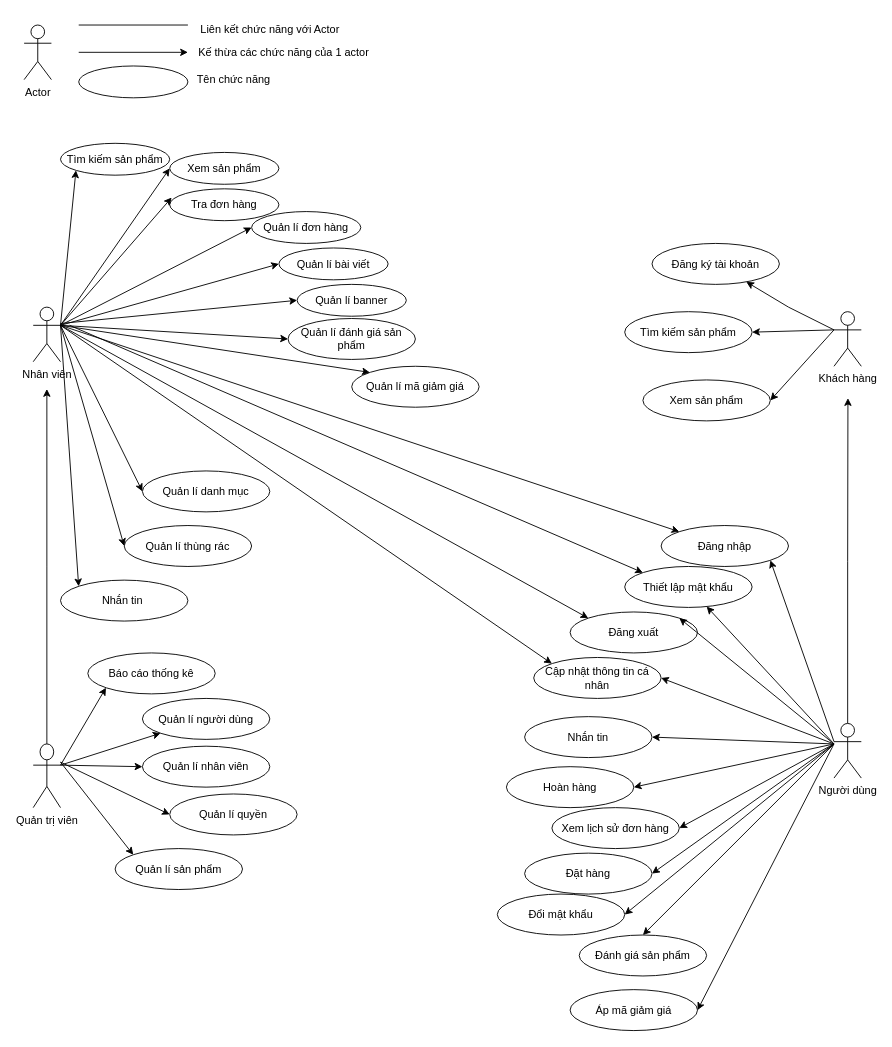
Before: page "usecase tổng" (1 of 4) of Biểu đồ không có tiêu đề.drawio in wuyanh24/ahihi, a draw.io diagram. Source tidied: cells renumbered, new cells numbered last; positions are measured from the earlier drawing's top-left corner, leaving out a move shared by most shapes. Both pictures are drawn from the tidied source at 91%, with x=0, y=0 at pixel (24, 15).
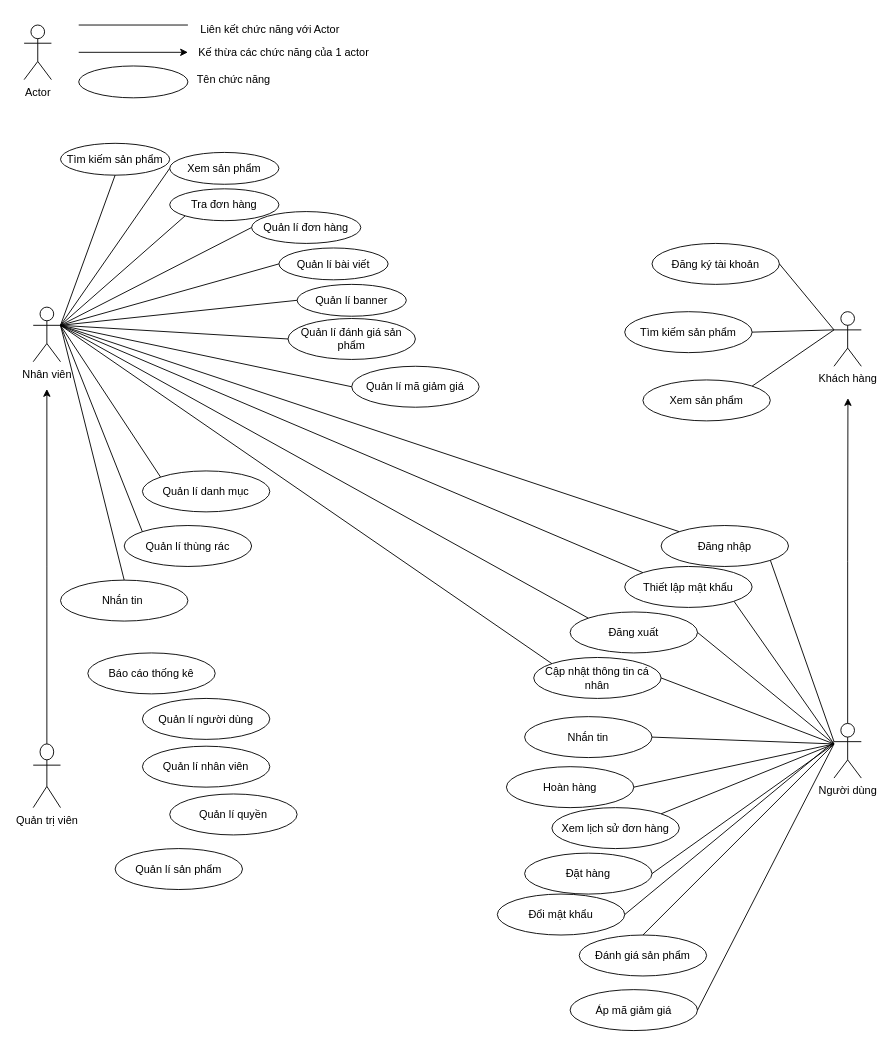
The same diagram, later.

Unchanged cells that the change refers to:
```xml
<mxCell id="4" value="Nhân viên" style="shape=umlActor;verticalLabelPosition=bottom;verticalAlign=top;html=1;outlineConnect=0;" parent="1" vertex="1">
<mxCell id="6" value="Quản trị viên" style="shape=umlActor;verticalLabelPosition=bottom;verticalAlign=top;html=1;outlineConnect=0;" parent="1" vertex="1">
<mxCell id="8" value="Người dùng" style="shape=umlActor;verticalLabelPosition=bottom;verticalAlign=top;html=1;outlineConnect=0;" parent="1" vertex="1">
<mxCell id="9" value="Khách hàng" style="shape=umlActor;verticalLabelPosition=bottom;verticalAlign=top;html=1;outlineConnect=0;" parent="1" vertex="1">
<mxCell id="15" value="Tìm kiếm sản phẩm" style="ellipse;whiteSpace=wrap;html=1;" parent="1" vertex="1">
<mxCell id="16" value="Xem sản phẩm" style="ellipse;whiteSpace=wrap;html=1;" parent="1" vertex="1">
<mxCell id="17" value="Quản lí đơn hàng" style="ellipse;whiteSpace=wrap;html=1;" parent="1" vertex="1">
<mxCell id="18" value="Tra đơn hàng" style="ellipse;whiteSpace=wrap;html=1;" parent="1" vertex="1">
<mxCell id="19" value="Quản lí bài viết" style="ellipse;whiteSpace=wrap;html=1;" parent="1" vertex="1">
<mxCell id="20" value="Quản lí banner" style="ellipse;whiteSpace=wrap;html=1;" parent="1" vertex="1">
<mxCell id="21" value="Quản lí đánh giá sản phẩm" style="ellipse;whiteSpace=wrap;html=1;" parent="1" vertex="1">
<mxCell id="22" value="Quản lí mã giảm giá" style="ellipse;whiteSpace=wrap;html=1;" parent="1" vertex="1">
<mxCell id="23" value="Nhắn tin&amp;nbsp;" style="ellipse;whiteSpace=wrap;html=1;" parent="1" vertex="1">
<mxCell id="24" value="Quản lí danh mục" style="ellipse;whiteSpace=wrap;html=1;" parent="1" vertex="1">
<mxCell id="25" value="Quản lí thùng rác" style="ellipse;whiteSpace=wrap;html=1;" parent="1" vertex="1">
<mxCell id="26" value="Báo cáo thống kê" style="ellipse;whiteSpace=wrap;html=1;" parent="1" vertex="1">
<mxCell id="27" value="Quản lí người dùng" style="ellipse;whiteSpace=wrap;html=1;" parent="1" vertex="1">
<mxCell id="28" value="Đăng ký tài khoản" style="ellipse;whiteSpace=wrap;html=1;" parent="1" vertex="1">
<mxCell id="29" value="Tìm kiếm sản phẩm" style="ellipse;whiteSpace=wrap;html=1;" parent="1" vertex="1">
<mxCell id="30" value="Quản lí nhân viên" style="ellipse;whiteSpace=wrap;html=1;" parent="1" vertex="1">
<mxCell id="31" value="Quản lí quyền" style="ellipse;whiteSpace=wrap;html=1;" parent="1" vertex="1">
<mxCell id="32" value="Quản lí sản phẩm" style="ellipse;whiteSpace=wrap;html=1;" parent="1" vertex="1">
<mxCell id="33" value="Xem sản phẩm" style="ellipse;whiteSpace=wrap;html=1;" parent="1" vertex="1">
<mxCell id="34" value="Thiết lập mật khẩu" style="ellipse;whiteSpace=wrap;html=1;" parent="1" vertex="1">
<mxCell id="35" value="Hoàn hàng" style="ellipse;whiteSpace=wrap;html=1;" parent="1" vertex="1">
<mxCell id="36" value="Đặt hàng" style="ellipse;whiteSpace=wrap;html=1;" parent="1" vertex="1">
<mxCell id="37" value="Đổi mật khẩu" style="ellipse;whiteSpace=wrap;html=1;" parent="1" vertex="1">
<mxCell id="38" value="Cập nhật thông tin cá nhân" style="ellipse;whiteSpace=wrap;html=1;" parent="1" vertex="1">
<mxCell id="39" value="Nhắn tin" style="ellipse;whiteSpace=wrap;html=1;" parent="1" vertex="1">
<mxCell id="40" value="Đánh giá sản phẩm" style="ellipse;whiteSpace=wrap;html=1;" parent="1" vertex="1">
<mxCell id="41" value="Xem lịch sử đơn hàng" style="ellipse;whiteSpace=wrap;html=1;" parent="1" vertex="1">
<mxCell id="42" value="Áp mã giảm giá" style="ellipse;whiteSpace=wrap;html=1;" parent="1" vertex="1">
<mxCell id="43" value="Đăng xuất" style="ellipse;whiteSpace=wrap;html=1;" parent="1" vertex="1">
<mxCell id="44" value="Đăng nhập" style="ellipse;whiteSpace=wrap;html=1;" parent="1" vertex="1">
```

Change to the diagram source:
```diff
@@
-    <mxCell id="45" style="endArrow=classic;html=1;rounded=0;exitX=1;exitY=0.3333333333333333;exitDx=0;exitDy=0;exitPerimeter=0;entryX=0;entryY=0.5;entryDx=0;entryDy=0;" parent="1" edge="1" source="4" target="17">
-      <mxGeometry relative="1" as="geometry" />
-    </mxCell>
-    <mxCell id="46" style="endArrow=classic;html=1;rounded=0;exitX=1;exitY=0.3333333333333333;exitDx=0;exitDy=0;exitPerimeter=0;entryX=0.018;entryY=0.274;entryDx=0;entryDy=0;entryPerimeter=0;" parent="1" edge="1" source="4" target="18">
-      <mxGeometry relative="1" as="geometry" />
-    </mxCell>
-    <mxCell id="47" style="endArrow=classic;html=1;rounded=0;entryX=0;entryY=0.5;entryDx=0;entryDy=0;" parent="1" edge="1" target="16">
-      <mxGeometry relative="1" as="geometry">
-        <mxPoint x="40" y="340" as="sourcePoint" />
-      </mxGeometry>
-    </mxCell>
-    <mxCell id="48" style="endArrow=classic;html=1;rounded=0;entryX=0;entryY=1;entryDx=0;entryDy=0;" parent="1" edge="1" target="15">
-      <mxGeometry relative="1" as="geometry">
-        <mxPoint x="40" y="340" as="sourcePoint" />
-      </mxGeometry>
-    </mxCell>
-    <mxCell id="49" style="endArrow=classic;html=1;rounded=0;entryX=0;entryY=0.5;entryDx=0;entryDy=0;" parent="1" edge="1" target="19">
-      <mxGeometry relative="1" as="geometry">
-        <mxPoint x="40" y="340" as="sourcePoint" />
-      </mxGeometry>
-    </mxCell>
-    <mxCell id="50" style="endArrow=classic;html=1;rounded=0;entryX=0;entryY=0.5;entryDx=0;entryDy=0;" parent="1" edge="1" target="21">
-      <mxGeometry relative="1" as="geometry">
-        <mxPoint x="40" y="340" as="sourcePoint" />
-      </mxGeometry>
-    </mxCell>
-    <mxCell id="51" style="endArrow=classic;html=1;rounded=0;entryX=0;entryY=0;entryDx=0;entryDy=0;" parent="1" edge="1" target="22">
-      <mxGeometry relative="1" as="geometry">
-        <mxPoint x="40" y="340" as="sourcePoint" />
-      </mxGeometry>
-    </mxCell>
-    <mxCell id="52" style="endArrow=classic;html=1;rounded=0;entryX=0;entryY=0.5;entryDx=0;entryDy=0;" parent="1" edge="1" target="24">
-      <mxGeometry relative="1" as="geometry">
-        <mxPoint x="40" y="340" as="sourcePoint" />
-      </mxGeometry>
-    </mxCell>
-    <mxCell id="53" style="endArrow=classic;html=1;rounded=0;entryX=0;entryY=0.5;entryDx=0;entryDy=0;" parent="1" edge="1" target="25">
-      <mxGeometry relative="1" as="geometry">
-        <mxPoint x="40" y="340" as="sourcePoint" />
-      </mxGeometry>
-    </mxCell>
-    <mxCell id="54" style="endArrow=classic;html=1;rounded=0;entryX=0;entryY=0;entryDx=0;entryDy=0;" parent="1" edge="1" target="23">
-      <mxGeometry relative="1" as="geometry">
-        <mxPoint x="40" y="340" as="sourcePoint" />
-      </mxGeometry>
-    </mxCell>
-    <mxCell id="55" style="endArrow=classic;html=1;rounded=0;exitX=1;exitY=0.3333333333333333;exitDx=0;exitDy=0;exitPerimeter=0;entryX=0;entryY=1;entryDx=0;entryDy=0;" parent="1" edge="1" source="6" target="26">
-      <mxGeometry relative="1" as="geometry" />
-    </mxCell>
-    <mxCell id="56" style="endArrow=classic;html=1;rounded=0;exitX=1;exitY=0.3333333333333333;exitDx=0;exitDy=0;exitPerimeter=0;entryX=0;entryY=1;entryDx=0;entryDy=0;" parent="1" edge="1" source="6" target="27">
-      <mxGeometry relative="1" as="geometry" />
-    </mxCell>
-    <mxCell id="57" style="endArrow=classic;html=1;rounded=0;exitX=1;exitY=0.3333333333333333;exitDx=0;exitDy=0;exitPerimeter=0;entryX=0;entryY=0.5;entryDx=0;entryDy=0;" parent="1" edge="1" source="6" target="30">
-      <mxGeometry relative="1" as="geometry" />
-    </mxCell>
-    <mxCell id="58" style="endArrow=classic;html=1;rounded=0;entryX=0;entryY=0.5;entryDx=0;entryDy=0;" parent="1" edge="1" target="31">
-      <mxGeometry relative="1" as="geometry">
-        <mxPoint x="40" y="820" as="sourcePoint" />
-      </mxGeometry>
-    </mxCell>
-    <mxCell id="59" style="endArrow=classic;html=1;rounded=0;entryX=0;entryY=0;entryDx=0;entryDy=0;" parent="1" edge="1" target="32">
-      <mxGeometry relative="1" as="geometry">
-        <mxPoint x="40" y="820" as="sourcePoint" />
-      </mxGeometry>
-    </mxCell>
-    <mxCell id="60" style="endArrow=classic;html=1;rounded=0;entryX=1;entryY=0.5;entryDx=0;entryDy=0;exitX=0;exitY=0.3333333333333333;exitDx=0;exitDy=0;exitPerimeter=0;" parent="1" edge="1" source="9" target="33">
-      <mxGeometry relative="1" as="geometry" />
-    </mxCell>
-    <mxCell id="61" style="endArrow=classic;html=1;rounded=0;entryX=1;entryY=0.5;entryDx=0;entryDy=0;exitX=0;exitY=0.3333333333333333;exitDx=0;exitDy=0;exitPerimeter=0;" parent="1" edge="1" source="9" target="29">
-      <mxGeometry relative="1" as="geometry" />
-    </mxCell>
-    <mxCell id="62" style="endArrow=classic;html=1;rounded=0;exitX=0;exitY=0.3333333333333333;exitDx=0;exitDy=0;exitPerimeter=0;" parent="1" edge="1" source="9" target="28">
-      <mxGeometry relative="1" as="geometry">
-        <Array as="points">
-          <mxPoint x="840" y="320" />
-        </Array>
-      </mxGeometry>
-    </mxCell>
-    <mxCell id="63" style="endArrow=classic;html=1;rounded=0;entryX=1;entryY=1;entryDx=0;entryDy=0;exitX=0;exitY=0.3333333333333333;exitDx=0;exitDy=0;exitPerimeter=0;" parent="1" edge="1" source="8" target="44">
-      <mxGeometry relative="1" as="geometry" />
-    </mxCell>
-    <mxCell id="64" style="endArrow=classic;html=1;rounded=0;" parent="1" edge="1" target="34">
-      <mxGeometry relative="1" as="geometry">
-        <mxPoint x="890" y="800" as="sourcePoint" />
-      </mxGeometry>
-    </mxCell>
-    <mxCell id="65" style="endArrow=classic;html=1;rounded=0;entryX=1;entryY=0.5;entryDx=0;entryDy=0;" parent="1" edge="1" target="39">
-      <mxGeometry relative="1" as="geometry">
-        <mxPoint x="890" y="800" as="sourcePoint" />
-      </mxGeometry>
-    </mxCell>
-    <mxCell id="66" style="endArrow=classic;html=1;rounded=0;entryX=1;entryY=0.5;entryDx=0;entryDy=0;" parent="1" edge="1" target="42">
-      <mxGeometry relative="1" as="geometry">
-        <mxPoint x="890" y="800" as="sourcePoint" />
-      </mxGeometry>
-    </mxCell>
-    <mxCell id="67" style="endArrow=classic;html=1;rounded=0;entryX=1;entryY=0.5;entryDx=0;entryDy=0;" parent="1" edge="1" target="35">
-      <mxGeometry relative="1" as="geometry">
-        <mxPoint x="890" y="800" as="sourcePoint" />
-      </mxGeometry>
-    </mxCell>
-    <mxCell id="68" style="endArrow=classic;html=1;rounded=0;entryX=1;entryY=0.5;entryDx=0;entryDy=0;" parent="1" edge="1" target="41">
-      <mxGeometry relative="1" as="geometry">
-        <mxPoint x="890" y="800" as="sourcePoint" />
-      </mxGeometry>
-    </mxCell>
-    <mxCell id="69" style="endArrow=classic;html=1;rounded=0;entryX=1;entryY=0.5;entryDx=0;entryDy=0;" parent="1" edge="1" target="36">
-      <mxGeometry relative="1" as="geometry">
-        <mxPoint x="890" y="800" as="sourcePoint" />
-      </mxGeometry>
-    </mxCell>
-    <mxCell id="70" style="endArrow=classic;html=1;rounded=0;entryX=1;entryY=0.5;entryDx=0;entryDy=0;" parent="1" edge="1" target="37">
-      <mxGeometry relative="1" as="geometry">
-        <mxPoint x="890" y="800" as="sourcePoint" />
-      </mxGeometry>
-    </mxCell>
-    <mxCell id="71" style="endArrow=classic;html=1;rounded=0;entryX=1;entryY=0.5;entryDx=0;entryDy=0;" parent="1" edge="1" target="38">
-      <mxGeometry relative="1" as="geometry">
-        <mxPoint x="890" y="800" as="sourcePoint" />
-      </mxGeometry>
-    </mxCell>
-    <mxCell id="72" style="endArrow=classic;html=1;rounded=0;entryX=1;entryY=0;entryDx=0;entryDy=0;" parent="1" edge="1" target="43">
-      <mxGeometry relative="1" as="geometry">
-        <mxPoint x="890" y="800" as="sourcePoint" />
-      </mxGeometry>
-    </mxCell>
-    <mxCell id="73" style="endArrow=classic;html=1;rounded=0;entryX=0.5;entryY=0;entryDx=0;entryDy=0;" parent="1" edge="1" target="40">
-      <mxGeometry relative="1" as="geometry">
-        <mxPoint x="890" y="800" as="sourcePoint" />
-      </mxGeometry>
-    </mxCell>
-    <mxCell id="74" style="endArrow=classic;html=1;rounded=0;entryX=0;entryY=0.5;entryDx=0;entryDy=0;" parent="1" edge="1" target="20">
-      <mxGeometry relative="1" as="geometry">
-        <mxPoint x="40" y="338" as="sourcePoint" />
-      </mxGeometry>
-    </mxCell>
-    <mxCell id="75" style="endArrow=classic;html=1;rounded=0;entryX=0;entryY=0;entryDx=0;entryDy=0;" parent="1" edge="1" target="44">
-      <mxGeometry relative="1" as="geometry">
-        <mxPoint x="40" y="340" as="sourcePoint" />
-      </mxGeometry>
-    </mxCell>
-    <mxCell id="76" style="endArrow=classic;html=1;rounded=0;entryX=0;entryY=0;entryDx=0;entryDy=0;" parent="1" edge="1" target="34">
-      <mxGeometry relative="1" as="geometry">
-        <mxPoint x="50" y="340" as="sourcePoint" />
-      </mxGeometry>
-    </mxCell>
-    <mxCell id="77" style="endArrow=classic;html=1;rounded=0;entryX=0;entryY=0;entryDx=0;entryDy=0;" parent="1" edge="1" target="43">
-      <mxGeometry relative="1" as="geometry">
-        <mxPoint x="40" y="340" as="sourcePoint" />
-      </mxGeometry>
-    </mxCell>
-    <mxCell id="78" style="endArrow=classic;html=1;rounded=0;entryX=0;entryY=0;entryDx=0;entryDy=0;" parent="1" edge="1" target="38">
-      <mxGeometry relative="1" as="geometry">
-        <mxPoint x="40" y="340" as="sourcePoint" />
-      </mxGeometry>
-    </mxCell>
+    <mxCell id="79" style="endArrow=none;html=1;rounded=0;entryX=0.5;entryY=1;entryDx=0;entryDy=0;" parent="1" edge="1" target="15">
+      <mxGeometry relative="1" as="geometry">
+        <mxPoint x="40" y="340" as="sourcePoint" />
+      </mxGeometry>
+    </mxCell>
+    <mxCell id="80" style="endArrow=none;html=1;rounded=0;entryX=0;entryY=0.5;entryDx=0;entryDy=0;" parent="1" edge="1" target="16">
+      <mxGeometry relative="1" as="geometry">
+        <mxPoint x="40" y="340" as="sourcePoint" />
+      </mxGeometry>
+    </mxCell>
+    <mxCell id="81" style="endArrow=none;html=1;rounded=0;entryX=0;entryY=1;entryDx=0;entryDy=0;" parent="1" edge="1" target="18">
+      <mxGeometry relative="1" as="geometry">
+        <mxPoint x="40" y="340" as="sourcePoint" />
+      </mxGeometry>
+    </mxCell>
+    <mxCell id="82" style="endArrow=none;html=1;rounded=0;entryX=0;entryY=0.5;entryDx=0;entryDy=0;" parent="1" edge="1" target="17">
+      <mxGeometry relative="1" as="geometry">
+        <mxPoint x="40" y="340" as="sourcePoint" />
+      </mxGeometry>
+    </mxCell>
+    <mxCell id="83" style="endArrow=none;html=1;rounded=0;entryX=0;entryY=0.5;entryDx=0;entryDy=0;" parent="1" edge="1" target="19">
+      <mxGeometry relative="1" as="geometry">
+        <mxPoint x="40" y="340" as="sourcePoint" />
+      </mxGeometry>
+    </mxCell>
+    <mxCell id="84" style="endArrow=none;html=1;rounded=0;entryX=0;entryY=0.5;entryDx=0;entryDy=0;" parent="1" edge="1" target="20">
+      <mxGeometry relative="1" as="geometry">
+        <mxPoint x="40" y="340" as="sourcePoint" />
+      </mxGeometry>
+    </mxCell>
+    <mxCell id="85" style="endArrow=none;html=1;rounded=0;entryX=0;entryY=0.5;entryDx=0;entryDy=0;" parent="1" edge="1" target="21">
+      <mxGeometry relative="1" as="geometry">
+        <mxPoint x="40" y="340" as="sourcePoint" />
+      </mxGeometry>
+    </mxCell>
+    <mxCell id="86" style="endArrow=none;html=1;rounded=0;entryX=0;entryY=0.5;entryDx=0;entryDy=0;" parent="1" edge="1" target="22">
+      <mxGeometry relative="1" as="geometry">
+        <mxPoint x="40" y="340" as="sourcePoint" />
+      </mxGeometry>
+    </mxCell>
+    <mxCell id="87" style="endArrow=none;html=1;rounded=0;entryX=0;entryY=0;entryDx=0;entryDy=0;" parent="1" edge="1" target="24">
+      <mxGeometry relative="1" as="geometry">
+        <mxPoint x="40" y="340" as="sourcePoint" />
+      </mxGeometry>
+    </mxCell>
+    <mxCell id="88" style="endArrow=none;html=1;rounded=0;entryX=0;entryY=0;entryDx=0;entryDy=0;" parent="1" edge="1" target="25">
+      <mxGeometry relative="1" as="geometry">
+        <mxPoint x="40" y="340" as="sourcePoint" />
+      </mxGeometry>
+    </mxCell>
+    <mxCell id="89" style="endArrow=none;html=1;rounded=0;entryX=0.5;entryY=0;entryDx=0;entryDy=0;" parent="1" edge="1" target="23">
+      <mxGeometry relative="1" as="geometry">
+        <mxPoint x="40" y="340" as="sourcePoint" />
+      </mxGeometry>
+    </mxCell>
+    <mxCell id="90" style="endArrow=none;html=1;rounded=0;entryX=0;entryY=0;entryDx=0;entryDy=0;" parent="1" edge="1" target="44">
+      <mxGeometry relative="1" as="geometry">
+        <mxPoint x="40" y="340" as="sourcePoint" />
+      </mxGeometry>
+    </mxCell>
+    <mxCell id="91" style="endArrow=none;html=1;rounded=0;entryX=0;entryY=0;entryDx=0;entryDy=0;" parent="1" edge="1" target="34">
+      <mxGeometry relative="1" as="geometry">
+        <mxPoint x="40" y="340" as="sourcePoint" />
+      </mxGeometry>
+    </mxCell>
+    <mxCell id="92" style="endArrow=none;html=1;rounded=0;entryX=0;entryY=0;entryDx=0;entryDy=0;" parent="1" edge="1" target="43">
+      <mxGeometry relative="1" as="geometry">
+        <mxPoint x="40" y="340" as="sourcePoint" />
+      </mxGeometry>
+    </mxCell>
+    <mxCell id="93" style="endArrow=none;html=1;rounded=0;entryX=0;entryY=0;entryDx=0;entryDy=0;" parent="1" edge="1" target="38">
+      <mxGeometry relative="1" as="geometry">
+        <mxPoint x="40" y="340" as="sourcePoint" />
+      </mxGeometry>
+    </mxCell>
+    <mxCell id="94" style="endArrow=none;html=1;rounded=0;entryX=0;entryY=0.3333333333333333;entryDx=0;entryDy=0;entryPerimeter=0;exitX=1;exitY=1;exitDx=0;exitDy=0;" parent="1" edge="1" source="44" target="8">
+      <mxGeometry relative="1" as="geometry" />
+    </mxCell>
+    <mxCell id="95" style="endArrow=none;html=1;rounded=0;exitX=1;exitY=1;exitDx=0;exitDy=0;" parent="1" edge="1" source="34">
+      <mxGeometry relative="1" as="geometry">
+        <mxPoint x="890" y="800" as="targetPoint" />
+      </mxGeometry>
+    </mxCell>
+    <mxCell id="96" style="endArrow=none;html=1;rounded=0;exitX=1;exitY=0.5;exitDx=0;exitDy=0;" parent="1" edge="1" source="43">
+      <mxGeometry relative="1" as="geometry">
+        <mxPoint x="890" y="800" as="targetPoint" />
+      </mxGeometry>
+    </mxCell>
+    <mxCell id="97" style="endArrow=none;html=1;rounded=0;exitX=1;exitY=0.5;exitDx=0;exitDy=0;" parent="1" edge="1" source="38">
+      <mxGeometry relative="1" as="geometry">
+        <mxPoint x="890" y="800" as="targetPoint" />
+      </mxGeometry>
+    </mxCell>
+    <mxCell id="98" style="endArrow=none;html=1;rounded=0;exitX=1;exitY=0.5;exitDx=0;exitDy=0;" parent="1" edge="1" source="39">
+      <mxGeometry relative="1" as="geometry">
+        <mxPoint x="890" y="800" as="targetPoint" />
+      </mxGeometry>
+    </mxCell>
+    <mxCell id="99" style="endArrow=none;html=1;rounded=0;exitX=1;exitY=0.5;exitDx=0;exitDy=0;" parent="1" edge="1" source="35">
+      <mxGeometry relative="1" as="geometry">
+        <mxPoint x="890" y="800" as="targetPoint" />
+      </mxGeometry>
+    </mxCell>
+    <mxCell id="100" style="endArrow=none;html=1;rounded=0;exitX=1;exitY=0;exitDx=0;exitDy=0;" parent="1" edge="1" source="41">
+      <mxGeometry relative="1" as="geometry">
+        <mxPoint x="890" y="800" as="targetPoint" />
+      </mxGeometry>
+    </mxCell>
+    <mxCell id="101" style="endArrow=none;html=1;rounded=0;exitX=1;exitY=0.5;exitDx=0;exitDy=0;" parent="1" edge="1" source="36">
+      <mxGeometry relative="1" as="geometry">
+        <mxPoint x="890" y="800" as="targetPoint" />
+      </mxGeometry>
+    </mxCell>
+    <mxCell id="102" style="endArrow=none;html=1;rounded=0;exitX=1;exitY=0.5;exitDx=0;exitDy=0;entryX=0;entryY=0.3333333333333333;entryDx=0;entryDy=0;entryPerimeter=0;" parent="1" edge="1" source="37" target="8">
+      <mxGeometry relative="1" as="geometry" />
+    </mxCell>
+    <mxCell id="103" style="endArrow=none;html=1;rounded=0;exitX=0.5;exitY=0;exitDx=0;exitDy=0;" parent="1" edge="1" source="40">
+      <mxGeometry relative="1" as="geometry">
+        <mxPoint x="890" y="800" as="targetPoint" />
+      </mxGeometry>
+    </mxCell>
+    <mxCell id="104" style="endArrow=none;html=1;rounded=0;exitX=1;exitY=0.5;exitDx=0;exitDy=0;" parent="1" edge="1" source="42">
+      <mxGeometry relative="1" as="geometry">
+        <mxPoint x="890" y="800" as="targetPoint" />
+      </mxGeometry>
+    </mxCell>
+    <mxCell id="105" style="endArrow=none;html=1;rounded=0;exitX=1;exitY=0.5;exitDx=0;exitDy=0;entryX=0;entryY=0.3333333333333333;entryDx=0;entryDy=0;entryPerimeter=0;" parent="1" edge="1" source="28" target="9">
+      <mxGeometry relative="1" as="geometry" />
+    </mxCell>
+    <mxCell id="106" style="endArrow=none;html=1;rounded=0;exitX=1;exitY=0.5;exitDx=0;exitDy=0;entryX=0;entryY=0.3333333333333333;entryDx=0;entryDy=0;entryPerimeter=0;" parent="1" edge="1" source="29" target="9">
+      <mxGeometry relative="1" as="geometry" />
+    </mxCell>
+    <mxCell id="107" style="endArrow=none;html=1;rounded=0;exitX=1;exitY=0;exitDx=0;exitDy=0;entryX=0;entryY=0.3333333333333333;entryDx=0;entryDy=0;entryPerimeter=0;" parent="1" edge="1" source="33" target="9">
+      <mxGeometry relative="1" as="geometry" />
+    </mxCell>
```
